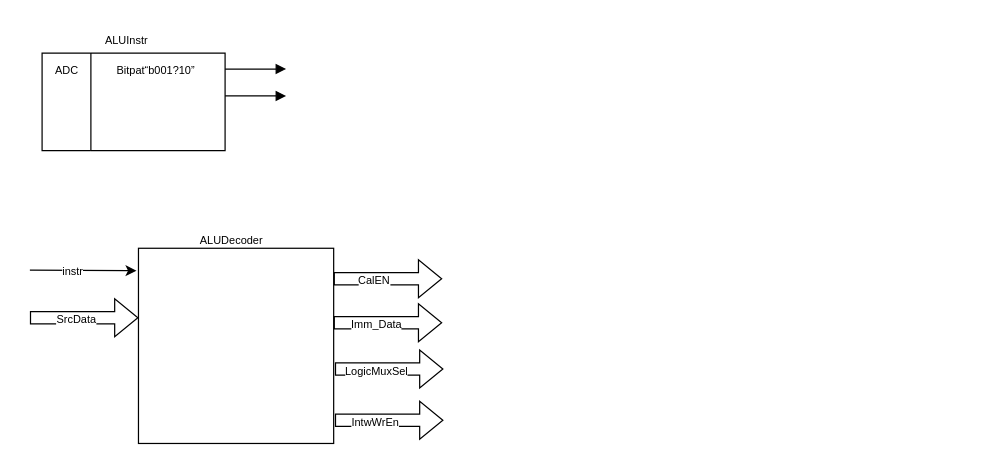
Before: Untitled Diagram.drawio in xiaoqiangshijie/BRU, a draw.io diagram. Source tidied: cells renumbered, new cells numbered last; positions are measured from the earlier drawing's top-left corner, leaving out a move shared by most shapes. Both pictures are drawn from the tidied source at 122%, with x=0, y=0 at pixel (29, 21).
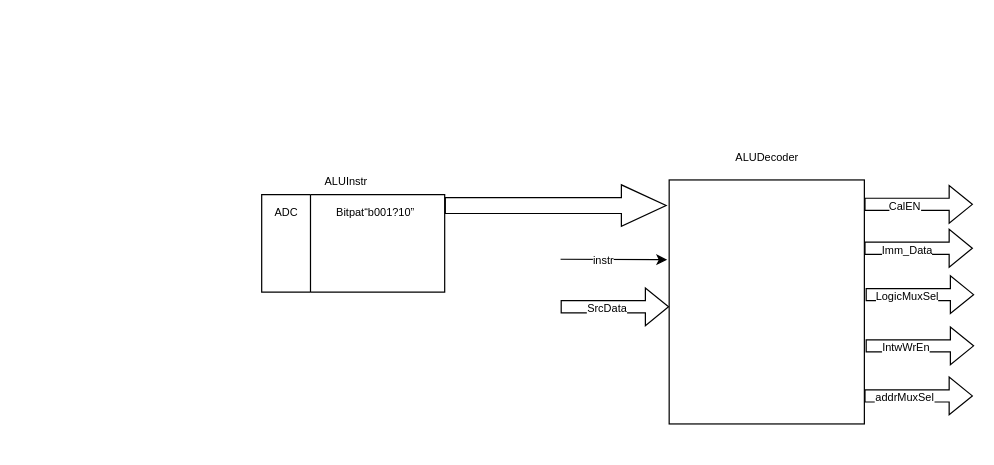
After the change.

The edit, as a diff of the source:
```diff
@@
-    <mxCell id="2" style="edgeStyle=orthogonalEdgeStyle;rounded=0;orthogonalLoop=1;jettySize=auto;html=1;exitX=1;exitY=0.25;exitDx=0;exitDy=0;fontSize=9;endArrow=block;endFill=1;" parent="1" edge="1">
-      <mxGeometry relative="1" as="geometry">
-        <mxPoint x="160" y="39" as="sourcePoint" />
-        <mxPoint x="210" y="39.1" as="targetPoint" />
-        <Array as="points">
-          <mxPoint x="210" y="39" />
-        </Array>
-      </mxGeometry>
-    </mxCell>
+    <mxCell id="24" style="group;" parent="1" vertex="1">
+      <mxGeometry x="30" y="96" width="744" height="234" as="geometry" />
+    </mxCell>
-    <mxCell id="3" style="swimlane;horizontal=0;startSize=40;" parent="1" vertex="1">
-      <mxGeometry x="10" y="26" width="150" height="80" as="geometry" />
+    <mxCell id="3" style="swimlane;horizontal=0;startSize=40;" parent="24" vertex="1">
+      <mxGeometry x="160" y="46" width="150" height="80" as="geometry" />
     </mxCell>
@@
-    <mxCell id="6" value="&lt;font style=&quot;font-size: 9px;&quot;&gt;ALUInstr&lt;/font&gt;" style="text;html=1;align=center;verticalAlign=middle;fillColor=none;strokeColor=none;rounded=0;" parent="1" vertex="1">
-      <mxGeometry x="44" width="70" height="30" as="geometry" />
+    <mxCell id="6" value="&lt;font style=&quot;font-size: 9px;&quot;&gt;ALUInstr&lt;/font&gt;" style="text;html=1;align=center;verticalAlign=middle;fillColor=none;strokeColor=none;rounded=0;" parent="24" vertex="1">
+      <mxGeometry x="194" y="20" width="70" height="30" as="geometry" />
     </mxCell>
-    <mxCell id="7" style="edgeStyle=orthogonalEdgeStyle;rounded=0;orthogonalLoop=1;jettySize=auto;html=1;exitX=1;exitY=0.25;exitDx=0;exitDy=0;fontSize=9;endArrow=block;endFill=1;" parent="1" edge="1">
-      <mxGeometry relative="1" as="geometry">
-        <mxPoint x="160" y="61" as="sourcePoint" />
-        <mxPoint x="210" y="61.1" as="targetPoint" />
-        <Array as="points">
-          <mxPoint x="210" y="61" />
-        </Array>
-      </mxGeometry>
-    </mxCell>
-    <mxCell id="8" style="whiteSpace=wrap;html=1;fontSize=9;" parent="1" vertex="1">
-      <mxGeometry x="89" y="186" width="160" height="160" as="geometry" />
-    </mxCell>
-    <mxCell id="9" value="&lt;font style=&quot;font-size: 9px;&quot;&gt;ALUDecoder&lt;/font&gt;" style="text;html=1;align=center;verticalAlign=middle;fillColor=none;strokeColor=none;rounded=0;" parent="1" vertex="1">
-      <mxGeometry x="120" y="164" width="90" height="30" as="geometry" />
+    <mxCell id="9" value="&lt;font style=&quot;font-size: 9px;&quot;&gt;ALUDecoder&lt;/font&gt;" style="text;html=1;align=center;verticalAlign=middle;fillColor=none;strokeColor=none;rounded=0;" parent="24" vertex="1">
+      <mxGeometry x="529" width="90" height="30" as="geometry" />
     </mxCell>
-    <mxCell id="10" style="shape=flexArrow;endArrow=classic;html=1;rounded=0;fontSize=9;" parent="1" edge="1">
+    <mxCell id="10" style="shape=flexArrow;endArrow=classic;html=1;rounded=0;fontSize=9;" parent="24" edge="1">
       <mxGeometry relative="1" as="geometry">
-        <mxPoint y="243" as="sourcePoint" />
-        <mxPoint x="89" y="243" as="targetPoint" />
+        <mxPoint x="405" y="138" as="sourcePoint" />
+        <mxPoint x="494" y="138" as="targetPoint" />
       </mxGeometry>
     </mxCell>
@@
-    <mxCell id="12" style="endArrow=classic;html=1;rounded=0;fontSize=9;entryX=-0.01;entryY=0.115;entryDx=0;entryDy=0;entryPerimeter=0;" parent="1" edge="1" target="8">
+    <mxCell id="12" style="endArrow=classic;html=1;rounded=0;fontSize=9;entryX=-0.01;entryY=0.115;entryDx=0;entryDy=0;entryPerimeter=0;" parent="24" edge="1">
       <mxGeometry relative="1" as="geometry">
-        <mxPoint y="204" as="sourcePoint" />
+        <mxPoint x="405" y="99" as="sourcePoint" />
+        <mxPoint x="492.4" y="99.4" as="targetPoint" />
       </mxGeometry>
     </mxCell>
@@
-    <mxCell id="14" style="shape=flexArrow;endArrow=classic;html=1;rounded=0;fontSize=9;" parent="1" edge="1">
+    <mxCell id="14" style="shape=flexArrow;endArrow=classic;html=1;rounded=0;fontSize=9;" parent="24" edge="1">
       <mxGeometry relative="1" as="geometry">
-        <mxPoint x="249" y="211" as="sourcePoint" />
-        <mxPoint x="338" y="211" as="targetPoint" />
+        <mxPoint x="654" y="54" as="sourcePoint" />
+        <mxPoint x="743" y="54" as="targetPoint" />
       </mxGeometry>
     </mxCell>
@@
-    <mxCell id="16" style="shape=flexArrow;endArrow=classic;html=1;rounded=0;fontSize=9;" parent="1" edge="1">
+    <mxCell id="16" style="shape=flexArrow;endArrow=classic;html=1;rounded=0;fontSize=9;" parent="24" edge="1">
       <mxGeometry relative="1" as="geometry">
-        <mxPoint x="249" y="247" as="sourcePoint" />
-        <mxPoint x="338" y="247" as="targetPoint" />
+        <mxPoint x="654" y="90" as="sourcePoint" />
+        <mxPoint x="743" y="90" as="targetPoint" />
       </mxGeometry>
     </mxCell>
@@
-    <mxCell id="18" style="shape=flexArrow;endArrow=classic;html=1;rounded=0;fontSize=9;" parent="1" edge="1">
+    <mxCell id="18" style="shape=flexArrow;endArrow=classic;html=1;rounded=0;fontSize=9;" parent="24" edge="1">
       <mxGeometry relative="1" as="geometry">
-        <mxPoint x="250" y="285" as="sourcePoint" />
-        <mxPoint x="339" y="285" as="targetPoint" />
+        <mxPoint x="655" y="128" as="sourcePoint" />
+        <mxPoint x="744" y="128" as="targetPoint" />
       </mxGeometry>
     </mxCell>
@@
-    <mxCell id="21" style="shape=flexArrow;endArrow=classic;html=1;rounded=0;fontSize=9;" parent="1" edge="1">
+    <mxCell id="21" style="shape=flexArrow;endArrow=classic;html=1;rounded=0;fontSize=9;" parent="24" edge="1">
       <mxGeometry relative="1" as="geometry">
-        <mxPoint x="250" y="327" as="sourcePoint" />
-        <mxPoint x="339" y="327" as="targetPoint" />
+        <mxPoint x="655" y="170" as="sourcePoint" />
+        <mxPoint x="744" y="170" as="targetPoint" />
       </mxGeometry>
     </mxCell>
@@
+    <mxCell id="25" style="rounded=0;whiteSpace=wrap;html=1;fontSize=9;" parent="24" vertex="1">
+      <mxGeometry x="494" y="34" width="160" height="200" as="geometry" />
+    </mxCell>
+    <mxCell id="26" style="shape=flexArrow;endArrow=classic;html=1;rounded=0;fontSize=9;" parent="24" edge="1">
+      <mxGeometry relative="1" as="geometry">
+        <mxPoint x="654" y="211" as="sourcePoint" />
+        <mxPoint x="743" y="211" as="targetPoint" />
+      </mxGeometry>
+    </mxCell>
+    <mxCell id="27" style="edgeLabel;html=1;align=center;verticalAlign=middle;fontSize=9;" parent="26" vertex="1">
+      <mxGeometry x="-0.35" y="-4" relative="1" as="geometry" />
+    </mxCell>
+    <mxCell id="28" value="addrMuxSel" style="edgeLabel;html=1;align=center;verticalAlign=middle;fontSize=9;" parent="26" vertex="1">
+      <mxGeometry x="-0.32" y="-1" relative="1" as="geometry">
+        <mxPoint x="2" as="offset" />
+      </mxGeometry>
+    </mxCell>
+    <mxCell id="29" style="shape=flexArrow;endArrow=classic;html=1;rounded=0;fontSize=9;width=13;endSize=11.89;" parent="24" edge="1">
+      <mxGeometry relative="1" as="geometry">
+        <mxPoint x="310" y="55" as="sourcePoint" />
+        <mxPoint x="492" y="55" as="targetPoint" />
+      </mxGeometry>
+    </mxCell>
```
